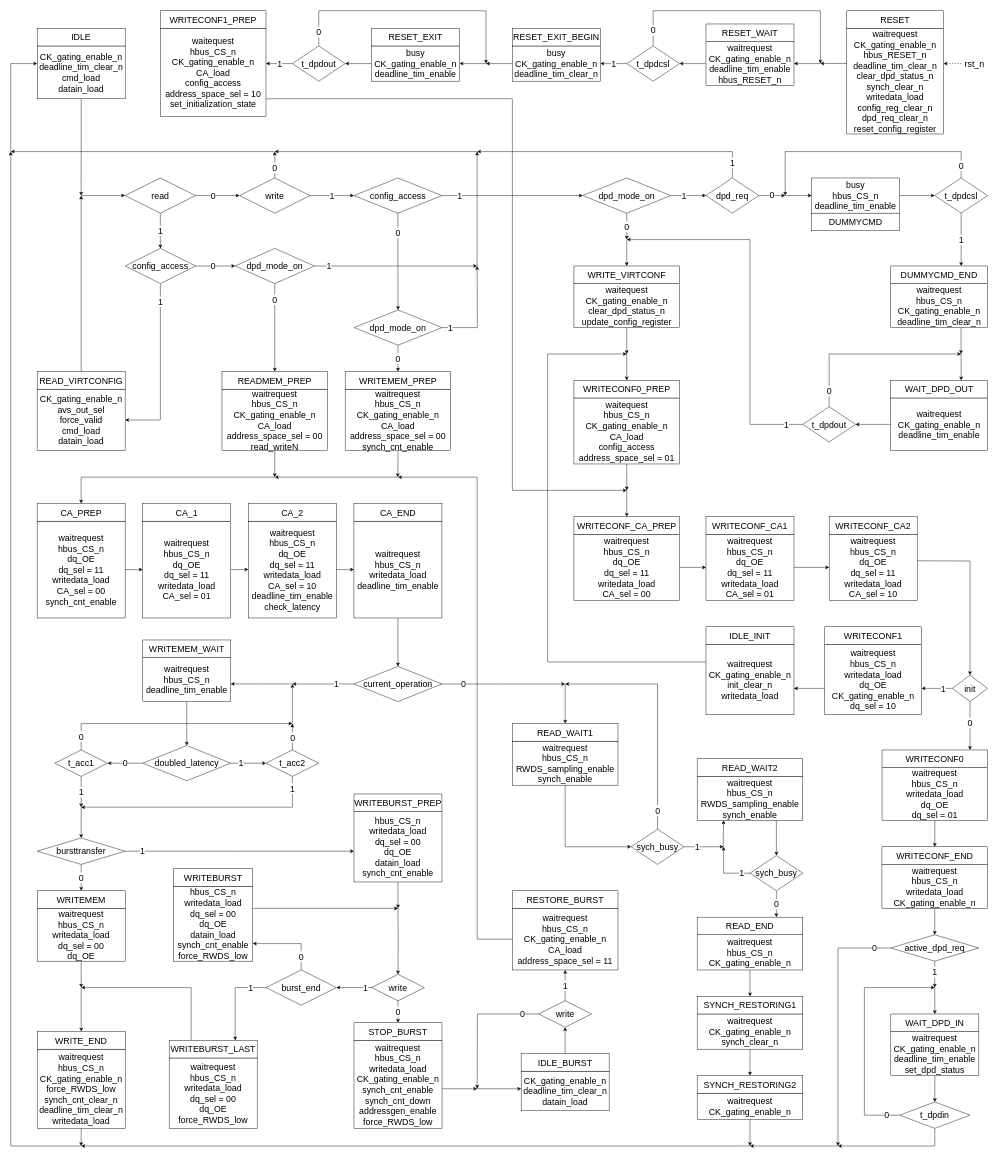
AndreaBononi/Intel_Cyclone10LP_systems keeps this draw.io diagram as page "FSM" (9 of 9) of hyperram_system/ip/avs_to_hram_converter/schematics/avs_to_hram_converter.drawio. Above is the earlier version. Source tidied: cells renumbered, new cells numbered last; positions are measured from the earlier drawing's top-left corner, leaving out a move shared by most shapes. Both pictures are drawn from the tidied source at 44%, with x=0, y=0 at pixel (11, 11).
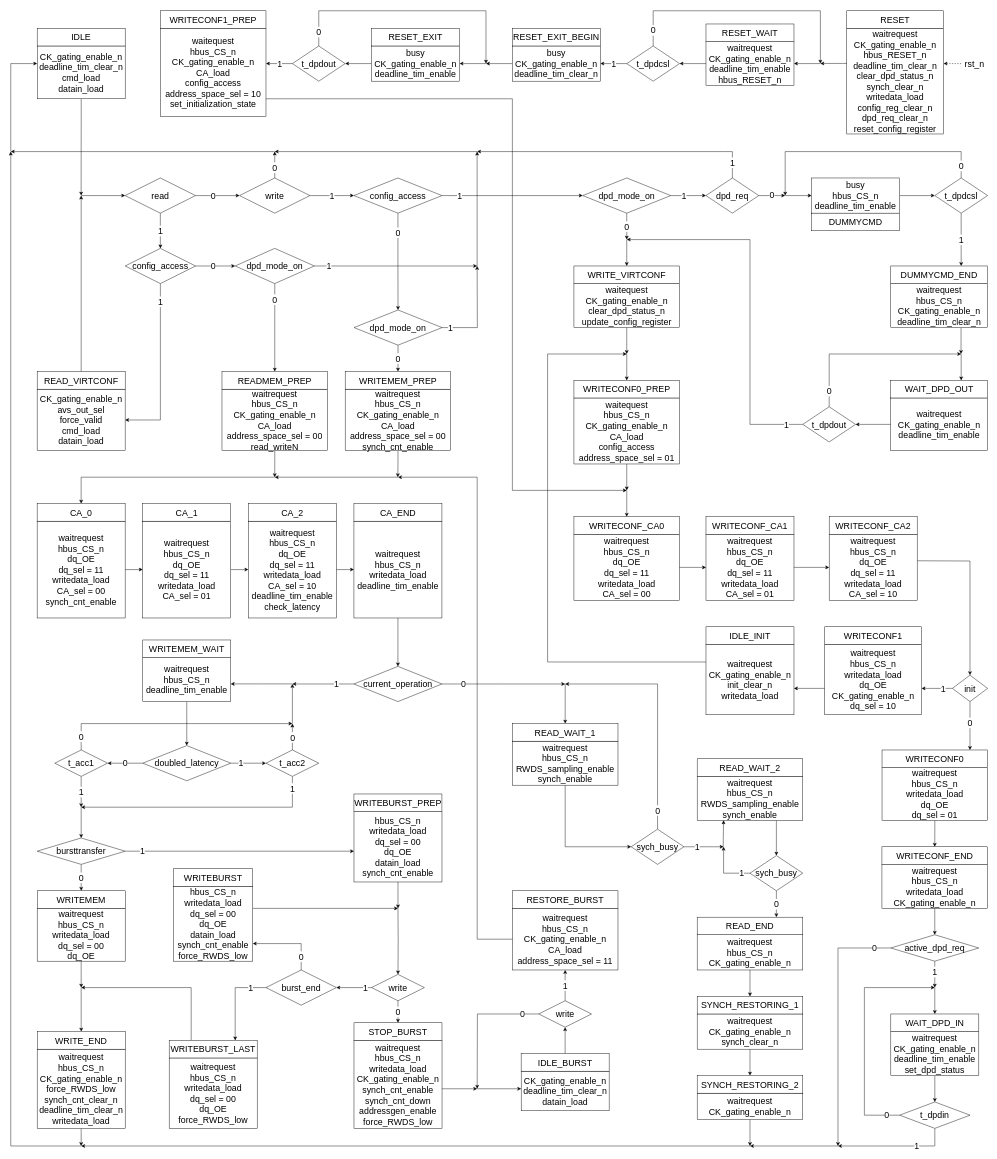
The same page after the edit.

Unchanged cells that the change refers to:
```xml
<mxCell id="110" value="&lt;font style=&quot;font-size: 20px;&quot;&gt;t_dpdin&lt;/font&gt;" style="rhombus;whiteSpace=wrap;html=1;fontSize=20;" parent="1" vertex="1">
  <mxGeometry x="2020.1" y="2480" width="160" height="60" as="geometry" />
</mxCell>
```

What changed in the source:
```diff
@@
-    <mxCell id="63" value="&lt;font style=&quot;font-size: 20px;&quot;&gt;READ_VIRTCONFIG&lt;/font&gt;" style="rounded=0;whiteSpace=wrap;html=1;fontSize=20;" parent="1" vertex="1">
+    <mxCell id="63" value="&lt;font style=&quot;font-size: 20px;&quot;&gt;READ_VIRTCONF&lt;/font&gt;" style="rounded=0;whiteSpace=wrap;html=1;fontSize=20;" parent="1" vertex="1">
       <mxGeometry x="60" y="820" width="200" height="40" as="geometry" />
     </mxCell>
@@
-    <mxCell id="67" value="&lt;font style=&quot;font-size: 20px;&quot;&gt;READ_WAIT1&lt;/font&gt;" style="rounded=0;whiteSpace=wrap;html=1;fontSize=20;" parent="1" vertex="1">
+    <mxCell id="67" value="&lt;font style=&quot;font-size: 20px;&quot;&gt;READ_WAIT_1&lt;/font&gt;" style="rounded=0;whiteSpace=wrap;html=1;fontSize=20;" parent="1" vertex="1">
       <mxGeometry x="1140" y="1620" width="240" height="40" as="geometry" />
     </mxCell>
@@
-    <mxCell id="74" value="&lt;font style=&quot;font-size: 20px;&quot;&gt;READ_WAIT2&lt;/font&gt;" style="rounded=0;whiteSpace=wrap;html=1;fontSize=20;" parent="1" vertex="1">
+    <mxCell id="74" value="&lt;font style=&quot;font-size: 20px;&quot;&gt;READ_WAIT_2&lt;/font&gt;" style="rounded=0;whiteSpace=wrap;html=1;fontSize=20;" parent="1" vertex="1">
       <mxGeometry x="1560" y="1700" width="240" height="40" as="geometry" />
     </mxCell>
@@
-    <mxCell id="84" value="&lt;font style=&quot;font-size: 20px;&quot;&gt;WRITECONF_CA_PREP&lt;/font&gt;" style="rounded=0;whiteSpace=wrap;html=1;fontSize=20;" parent="1" vertex="1">
+    <mxCell id="84" value="&lt;font style=&quot;font-size: 20px;&quot;&gt;WRITECONF_CA0&lt;/font&gt;" style="rounded=0;whiteSpace=wrap;html=1;fontSize=20;" parent="1" vertex="1">
       <mxGeometry x="1279.9" y="1150" width="240" height="40" as="geometry" />
     </mxCell>
@@
-    <mxCell id="99" value="&lt;font style=&quot;font-size: 20px;&quot;&gt;SYNCH_RESTORING1&lt;/font&gt;" style="rounded=0;whiteSpace=wrap;html=1;fontSize=20;" parent="1" vertex="1">
+    <mxCell id="99" value="&lt;font style=&quot;font-size: 20px;&quot;&gt;SYNCH_RESTORING_1&lt;/font&gt;" style="rounded=0;whiteSpace=wrap;html=1;fontSize=20;" parent="1" vertex="1">
       <mxGeometry x="1560" y="2240" width="240" height="40" as="geometry" />
     </mxCell>
@@
-    <mxCell id="103" value="&lt;font style=&quot;font-size: 20px;&quot;&gt;SYNCH_RESTORING2&lt;/font&gt;" style="rounded=0;whiteSpace=wrap;html=1;fontSize=20;" parent="1" vertex="1">
+    <mxCell id="103" value="&lt;font style=&quot;font-size: 20px;&quot;&gt;SYNCH_RESTORING_2&lt;/font&gt;" style="rounded=0;whiteSpace=wrap;html=1;fontSize=20;" parent="1" vertex="1">
       <mxGeometry x="1560" y="2420" width="240" height="40" as="geometry" />
     </mxCell>
@@
-    <mxCell id="109" style="edgeStyle=orthogonalEdgeStyle;rounded=0;jettySize=auto;html=1;exitX=0.5;exitY=1;exitDx=0;exitDy=0;fontSize=20;" parent="1" edge="1" source="110">
-      <mxGeometry relative="1" as="geometry">
+    <mxCell id="109" value="1" style="edgeStyle=orthogonalEdgeStyle;rounded=0;jettySize=auto;html=1;exitX=0.5;exitY=1;exitDx=0;exitDy=0;fontSize=20;" parent="1" edge="1" source="110">
+      <mxGeometry x="-0.38" relative="1" as="geometry">
         <mxPoint x="1880" y="2580" as="targetPoint" />
         <Array as="points">
           <mxPoint x="2100" y="2580" />
         </Array>
       </mxGeometry>
     </mxCell>
@@
-    <mxCell id="141" value="&lt;font style=&quot;font-size: 20px;&quot;&gt;CA_PREP&lt;/font&gt;" style="rounded=0;whiteSpace=wrap;html=1;fontSize=20;" parent="1" vertex="1">
+    <mxCell id="141" value="&lt;font style=&quot;font-size: 20px;&quot;&gt;CA_0&lt;/font&gt;" style="rounded=0;whiteSpace=wrap;html=1;fontSize=20;" parent="1" vertex="1">
       <mxGeometry x="59.9" y="1120" width="200" height="40" as="geometry" />
     </mxCell>
```
